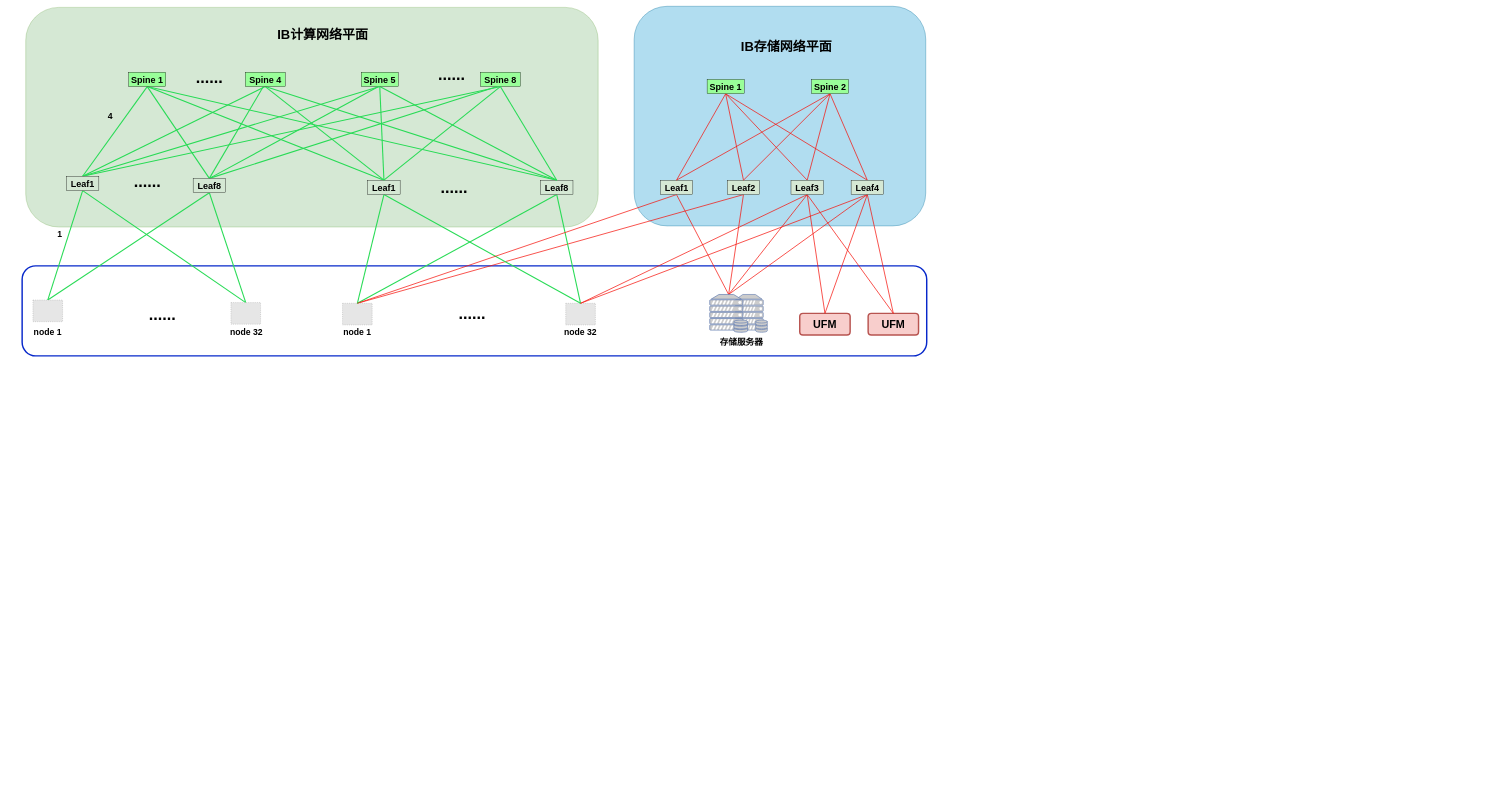
Above: 64-node-IB.drawio in hel-2000/network-draw (draw.io), before the change. Source tidied: cells renumbered, new cells numbered last; positions are measured from the earlier drawing's top-left corner, leaving out a move shared by most shapes. Both pictures are drawn from the tidied source at 36%, with x=0, y=0 at pixel (22, 6). Pictures stored in the file or linked from it are replaced by grey dashed boxes.
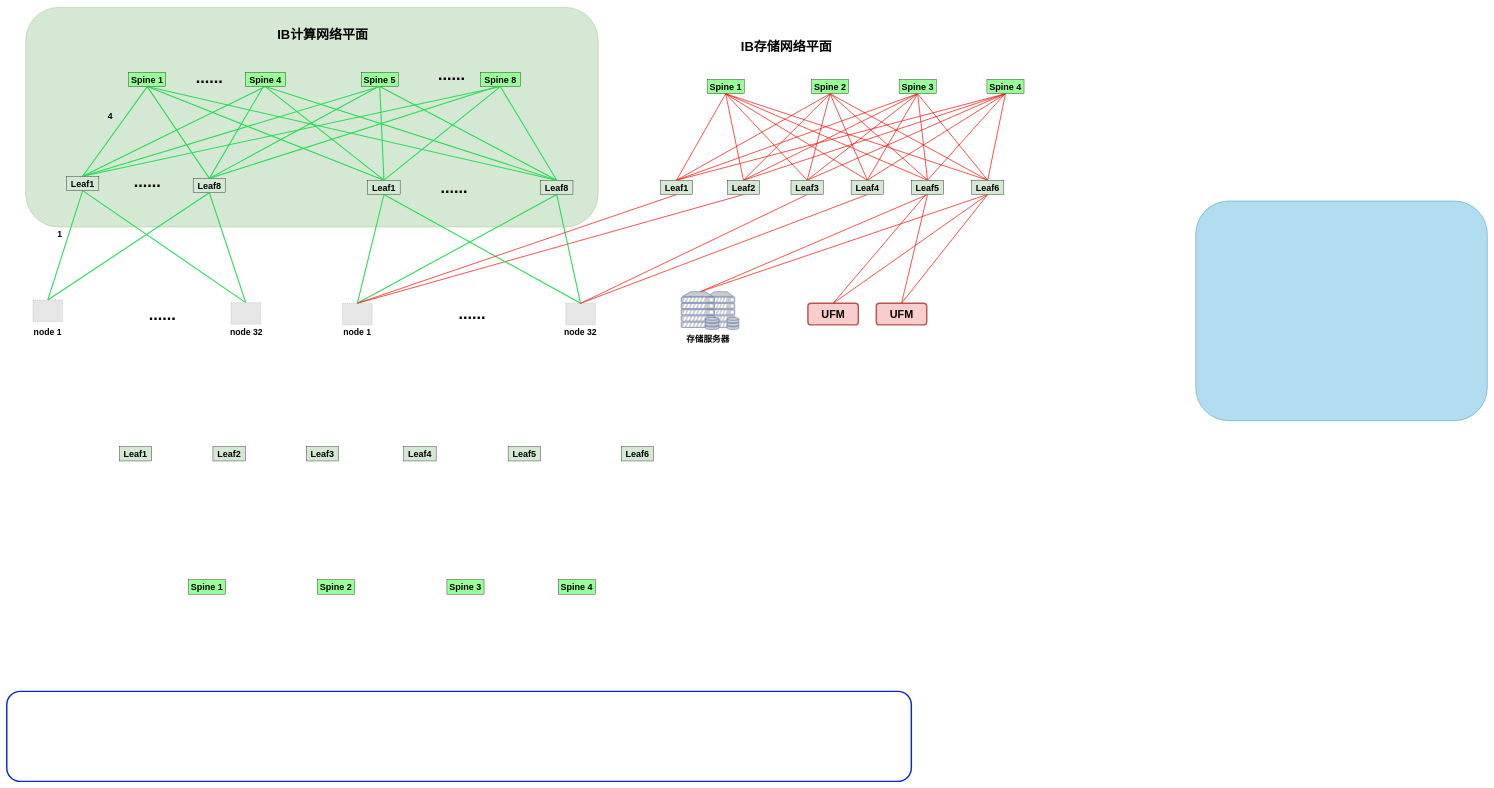
After the change.

The change refers to these unchanged cells:
```xml
<mxCell id="36" value="&lt;b&gt;&lt;font style=&quot;font-size: 25px;&quot;&gt;Leaf1&lt;/font&gt;&lt;/b&gt;" style="rounded=0;whiteSpace=wrap;html=1;fillColor=#D5E8D4;" parent="1" vertex="1">
  <mxGeometry x="1772.7" y="483" width="90" height="40" as="geometry" />
</mxCell>
<mxCell id="40" value="&lt;b&gt;&lt;font style=&quot;font-size: 25px;&quot;&gt;Leaf2&lt;/font&gt;&lt;/b&gt;" style="rounded=0;whiteSpace=wrap;html=1;fillColor=#D5E8D4;" parent="1" vertex="1">
  <mxGeometry x="1958.7" y="483" width="90" height="40" as="geometry" />
</mxCell>
<mxCell id="43" value="&lt;b&gt;&lt;font style=&quot;font-size: 25px;&quot;&gt;Spine 1&lt;/font&gt;&lt;/b&gt;" style="rounded=0;whiteSpace=wrap;html=1;fillColor=#99FF99;" parent="1" vertex="1">
  <mxGeometry x="1902.7" y="203" width="103" height="40" as="geometry" />
</mxCell>
<mxCell id="48" value="&lt;b&gt;&lt;font style=&quot;font-size: 25px;&quot;&gt;Spine 2&lt;/font&gt;&lt;/b&gt;" style="rounded=0;whiteSpace=wrap;html=1;fillColor=#99FF99;" parent="1" vertex="1">
  <mxGeometry x="2192.7" y="203" width="103" height="40" as="geometry" />
</mxCell>
<mxCell id="51" value="&lt;b&gt;&lt;font style=&quot;font-size: 25px;&quot;&gt;Leaf3&lt;/font&gt;&lt;/b&gt;" style="rounded=0;whiteSpace=wrap;html=1;fillColor=#D5E8D4;" parent="1" vertex="1">
  <mxGeometry x="2135.7" y="483" width="90" height="40" as="geometry" />
</mxCell>
<mxCell id="56" value="&lt;b&gt;&lt;font style=&quot;font-size: 25px;&quot;&gt;Leaf4&lt;/font&gt;&lt;/b&gt;" style="rounded=0;whiteSpace=wrap;html=1;fillColor=#D5E8D4;" parent="1" vertex="1">
  <mxGeometry x="2302.7" y="483" width="90" height="40" as="geometry" />
</mxCell>
```

Diff of the diagram source:
```diff
@@
     <mxCell id="2" style="rounded=1;whiteSpace=wrap;html=1;strokeColor=#0728ca;strokeWidth=4;" parent="1" vertex="1">
-      <mxGeometry y="721" width="2512.7" height="250" as="geometry" />
+      <mxGeometry x="-42.7" y="1903" width="2512.7" height="250" as="geometry" />
     </mxCell>
     <mxCell id="3" style="rounded=1;whiteSpace=wrap;html=1;fillColor=#b1ddf0;strokeColor=#10739e;" parent="1" vertex="1">
-      <mxGeometry x="1700" width="810" height="610" as="geometry" />
+      <mxGeometry x="3260" y="541" width="810" height="610" as="geometry" />
     </mxCell>
     <mxCell id="4" value="&lt;font style=&quot;font-size: 30px;&quot;&gt;&lt;b&gt;UFM&lt;/b&gt;&lt;/font&gt;" style="rounded=1;whiteSpace=wrap;html=1;strokeColor=#b85450;strokeWidth=4;fillColor=#f8cecc;" parent="1" vertex="1">
-      <mxGeometry x="2350" y="853" width="140" height="60" as="geometry" />
+      <mxGeometry x="2372.7" y="825" width="140" height="60" as="geometry" />
     </mxCell>
@@
-    <mxCell id="27" style="rounded=0;jettySize=auto;html=1;exitX=0.5;exitY=0;exitDx=0;exitDy=0;entryX=0.5;entryY=1;entryDx=0;entryDy=0;endArrow=none;strokeColor=#f5120a;fillColor=#f8cecc;strokeWidth=2;endFill=0;" parent="1" edge="1" source="28" target="51">
-      <mxGeometry relative="1" as="geometry" />
+    <mxCell id="27" style="rounded=0;jettySize=auto;html=1;exitX=0.5;exitY=0;exitDx=0;exitDy=0;endArrow=none;strokeColor=#f5120a;fillColor=#f8cecc;strokeWidth=2;endFill=0;" parent="1" edge="1" source="28">
+      <mxGeometry relative="1" as="geometry">
+        <mxPoint x="2510" y="523" as="targetPoint" />
+      </mxGeometry>
     </mxCell>
     <mxCell id="28" value="&lt;font style=&quot;font-size: 30px;&quot;&gt;&lt;b&gt;UFM&lt;/b&gt;&lt;/font&gt;" style="rounded=1;whiteSpace=wrap;html=1;strokeColor=#b85450;strokeWidth=4;fillColor=#f8cecc;" parent="1" vertex="1">
-      <mxGeometry x="2160" y="853" width="140" height="60" as="geometry" />
+      <mxGeometry x="2182.7" y="825" width="140" height="60" as="geometry" />
     </mxCell>
@@
+    <mxCell id="87" style="rounded=0;jettySize=auto;html=1;exitX=0.5;exitY=0;exitDx=0;exitDy=0;entryX=0.5;entryY=1;entryDx=0;entryDy=0;endArrow=none;strokeColor=#f5120a;fillColor=#f8cecc;strokeWidth=2;endFill=0;" parent="1" edge="1" source="36" target="105">
+      <mxGeometry relative="1" as="geometry" />
+    </mxCell>
+    <mxCell id="88" style="rounded=0;jettySize=auto;html=1;exitX=0.5;exitY=0;exitDx=0;exitDy=0;entryX=0.5;entryY=1;entryDx=0;entryDy=0;endArrow=none;strokeColor=#f5120a;fillColor=#f8cecc;strokeWidth=2;endFill=0;" parent="1" edge="1" source="36" target="106">
+      <mxGeometry relative="1" as="geometry" />
+    </mxCell>
@@
-    <mxCell id="38" style="rounded=0;jettySize=auto;html=1;exitX=0.5;exitY=1;exitDx=0;exitDy=0;endArrow=none;strokeColor=#f5120a;fillColor=#f8cecc;strokeWidth=2;endFill=0;entryX=0.5;entryY=0;entryDx=0;entryDy=0;entryPerimeter=0;" parent="1" edge="1" source="40" target="59">
-      <mxGeometry relative="1" as="geometry" />
-    </mxCell>
@@
+    <mxCell id="89" style="rounded=0;jettySize=auto;html=1;exitX=0.5;exitY=0;exitDx=0;exitDy=0;entryX=0.5;entryY=1;entryDx=0;entryDy=0;endArrow=none;strokeColor=#f5120a;fillColor=#f8cecc;strokeWidth=2;endFill=0;" parent="1" edge="1" source="40" target="105">
+      <mxGeometry relative="1" as="geometry" />
+    </mxCell>
+    <mxCell id="90" style="rounded=0;jettySize=auto;html=1;exitX=0.5;exitY=0;exitDx=0;exitDy=0;entryX=0.5;entryY=1;entryDx=0;entryDy=0;endArrow=none;strokeColor=#f5120a;fillColor=#f8cecc;strokeWidth=2;endFill=0;" parent="1" edge="1" source="40" target="106">
+      <mxGeometry relative="1" as="geometry" />
+    </mxCell>
@@
-    <mxCell id="44" style="rounded=0;jettySize=auto;html=1;exitX=0.5;exitY=1;exitDx=0;exitDy=0;endArrow=none;strokeColor=#f5120a;fillColor=#f8cecc;strokeWidth=2;endFill=0;entryX=0.5;entryY=0;entryDx=0;entryDy=0;" parent="1" edge="1" source="48" target="36">
-      <mxGeometry relative="1" as="geometry" />
+    <mxCell id="44" style="rounded=0;jettySize=auto;html=1;exitX=0.5;exitY=1;exitDx=0;exitDy=0;endArrow=none;strokeColor=#f5120a;fillColor=#f8cecc;strokeWidth=2;endFill=0;" parent="1" edge="1" source="48">
+      <mxGeometry relative="1" as="geometry">
+        <mxPoint x="1818" y="483" as="targetPoint" />
+      </mxGeometry>
     </mxCell>
@@
-    <mxCell id="49" style="rounded=0;jettySize=auto;html=1;exitX=0.5;exitY=1;exitDx=0;exitDy=0;endArrow=none;strokeColor=#f5120a;fillColor=#f8cecc;strokeWidth=2;endFill=0;entryX=0.5;entryY=0;entryDx=0;entryDy=0;entryPerimeter=0;" parent="1" edge="1" source="51" target="59">
+    <mxCell id="49" style="rounded=0;jettySize=auto;html=1;exitX=0.5;exitY=1;exitDx=0;exitDy=0;endArrow=none;strokeColor=#f5120a;fillColor=#f8cecc;strokeWidth=2;endFill=0;entryX=0.5;entryY=0;entryDx=0;entryDy=0;entryPerimeter=0;" parent="1" edge="1" source="99" target="59">
       <mxGeometry relative="1" as="geometry" />
     </mxCell>
-    <mxCell id="50" style="rounded=0;jettySize=auto;html=1;exitX=0.5;exitY=1;exitDx=0;exitDy=0;entryX=0.5;entryY=0;entryDx=0;entryDy=0;endArrow=none;strokeColor=#f5120a;fillColor=#f8cecc;strokeWidth=2;endFill=0;" parent="1" edge="1" source="51" target="4">
+    <mxCell id="50" style="rounded=0;jettySize=auto;html=1;exitX=0.5;exitY=1;exitDx=0;exitDy=0;entryX=0.5;entryY=0;entryDx=0;entryDy=0;endArrow=none;strokeColor=#f5120a;fillColor=#f8cecc;strokeWidth=2;endFill=0;" parent="1" edge="1" source="99" target="4">
       <mxGeometry relative="1" as="geometry" />
     </mxCell>
+    <mxCell id="91" style="rounded=0;jettySize=auto;html=1;exitX=0.5;exitY=0;exitDx=0;exitDy=0;entryX=0.5;entryY=1;entryDx=0;entryDy=0;endArrow=none;strokeColor=#f5120a;fillColor=#f8cecc;strokeWidth=2;endFill=0;" parent="1" edge="1" source="51" target="105">
+      <mxGeometry relative="1" as="geometry" />
+    </mxCell>
+    <mxCell id="92" style="rounded=0;jettySize=auto;html=1;exitX=0.5;exitY=0;exitDx=0;exitDy=0;endArrow=none;strokeColor=#f5120a;fillColor=#f8cecc;strokeWidth=2;endFill=0;" parent="1" edge="1" source="51">
+      <mxGeometry relative="1" as="geometry">
+        <mxPoint x="2730" y="243" as="targetPoint" />
+      </mxGeometry>
+    </mxCell>
@@
-    <mxCell id="53" style="rounded=0;jettySize=auto;html=1;exitX=0.5;exitY=1;exitDx=0;exitDy=0;endArrow=none;strokeColor=#f5120a;fillColor=#f8cecc;strokeWidth=2;endFill=0;entryX=0.5;entryY=0;entryDx=0;entryDy=0;entryPerimeter=0;" parent="1" edge="1" source="56" target="59">
-      <mxGeometry relative="1" as="geometry" />
+    <mxCell id="53" style="rounded=0;jettySize=auto;html=1;endArrow=none;strokeColor=#f5120a;fillColor=#f8cecc;strokeWidth=2;endFill=0;entryX=0.5;entryY=0;entryDx=0;entryDy=0;entryPerimeter=0;" parent="1" edge="1" target="59">
+      <mxGeometry relative="1" as="geometry">
+        <mxPoint x="2680" y="523" as="sourcePoint" />
+      </mxGeometry>
     </mxCell>
-    <mxCell id="54" style="rounded=0;jettySize=auto;html=1;exitX=0.5;exitY=1;exitDx=0;exitDy=0;entryX=0.5;entryY=0;entryDx=0;entryDy=0;endArrow=none;strokeColor=#f5120a;fillColor=#f8cecc;strokeWidth=2;endFill=0;" parent="1" edge="1" source="56" target="28">
+    <mxCell id="54" style="rounded=0;jettySize=auto;html=1;entryX=0.5;entryY=0;entryDx=0;entryDy=0;endArrow=none;strokeColor=#f5120a;fillColor=#f8cecc;strokeWidth=2;endFill=0;exitX=0.5;exitY=1;exitDx=0;exitDy=0;" parent="1" edge="1" source="104" target="28">
       <mxGeometry relative="1" as="geometry" />
     </mxCell>
-    <mxCell id="55" style="rounded=0;jettySize=auto;html=1;exitX=0.5;exitY=1;exitDx=0;exitDy=0;endArrow=none;strokeColor=#f5120a;fillColor=#f8cecc;strokeWidth=2;endFill=0;entryX=0.5;entryY=0;entryDx=0;entryDy=0;" parent="1" edge="1" source="56" target="4">
+    <mxCell id="55" style="rounded=0;jettySize=auto;html=1;exitX=0.5;exitY=1;exitDx=0;exitDy=0;endArrow=none;strokeColor=#f5120a;fillColor=#f8cecc;strokeWidth=2;endFill=0;entryX=0.5;entryY=0;entryDx=0;entryDy=0;" parent="1" edge="1" source="104" target="4">
       <mxGeometry relative="1" as="geometry" />
     </mxCell>
+    <mxCell id="93" style="rounded=0;jettySize=auto;html=1;exitX=0.5;exitY=0;exitDx=0;exitDy=0;entryX=0.5;entryY=1;entryDx=0;entryDy=0;endArrow=none;strokeColor=#f5120a;fillColor=#f8cecc;strokeWidth=2;endFill=0;" parent="1" edge="1" source="56" target="105">
+      <mxGeometry relative="1" as="geometry" />
+    </mxCell>
+    <mxCell id="94" style="rounded=0;jettySize=auto;html=1;exitX=0.5;exitY=0;exitDx=0;exitDy=0;entryX=0.5;entryY=1;entryDx=0;entryDy=0;endArrow=none;strokeColor=#f5120a;fillColor=#f8cecc;strokeWidth=2;endFill=0;" parent="1" edge="1" source="56" target="106">
+      <mxGeometry relative="1" as="geometry" />
+    </mxCell>
@@
     <mxCell id="57" style="fontColor=#0066CC;verticalAlign=top;verticalLabelPosition=bottom;labelPosition=center;align=center;html=1;fillColor=#CCCCCC;strokeColor=#6881B3;gradientColor=none;gradientDirection=north;strokeWidth=2;shape=mxgraph.networks.server_storage;" parent="1" vertex="1">
-      <mxGeometry x="1980" y="800.5" width="90" height="105" as="geometry" />
+      <mxGeometry x="1900.8" y="793" width="90" height="105" as="geometry" />
     </mxCell>
-    <mxCell id="58" style="rounded=0;jettySize=auto;html=1;exitX=0.5;exitY=0;exitDx=0;exitDy=0;exitPerimeter=0;entryX=0.5;entryY=1;entryDx=0;entryDy=0;endArrow=none;strokeColor=#f5120a;fillColor=#f8cecc;strokeWidth=2;endFill=0;" parent="1" edge="1" source="59" target="36">
-      <mxGeometry relative="1" as="geometry" />
-    </mxCell>
     <mxCell id="59" style="fontColor=#0066CC;verticalAlign=top;verticalLabelPosition=bottom;labelPosition=center;align=center;html=1;outlineConnect=0;fillColor=#CCCCCC;strokeColor=#6881B3;gradientColor=none;gradientDirection=north;strokeWidth=2;shape=mxgraph.networks.server_storage;" parent="1" vertex="1">
-      <mxGeometry x="1910" y="800.5" width="105" height="105" as="geometry" />
+      <mxGeometry x="1830.8" y="793" width="105" height="105" as="geometry" />
     </mxCell>
@@
     <mxCell id="61" value="&lt;font style=&quot;font-size: 24px;&quot;&gt;&lt;b&gt;存储服务器&lt;/b&gt;&lt;/font&gt;" style="text;strokeColor=none;align=center;fillColor=none;html=1;verticalAlign=middle;whiteSpace=wrap;rounded=0;" parent="1" vertex="1">
-      <mxGeometry x="1913" y="913" width="170" height="40" as="geometry" />
+      <mxGeometry x="1820" y="905.5" width="170" height="40" as="geometry" />
     </mxCell>
@@
+    <mxCell id="95" style="rounded=0;jettySize=auto;html=1;exitX=0.5;exitY=0;exitDx=0;exitDy=0;entryX=0.5;entryY=1;entryDx=0;entryDy=0;endArrow=none;strokeColor=#f5120a;fillColor=#f8cecc;strokeWidth=2;endFill=0;" parent="1" edge="1" source="99" target="105">
+      <mxGeometry relative="1" as="geometry" />
+    </mxCell>
+    <mxCell id="96" style="rounded=0;jettySize=auto;html=1;exitX=0.5;exitY=0;exitDx=0;exitDy=0;endArrow=none;strokeColor=#f5120a;fillColor=#f8cecc;strokeWidth=2;endFill=0;" parent="1" edge="1" source="99">
+      <mxGeometry relative="1" as="geometry">
+        <mxPoint x="2730" y="243" as="targetPoint" />
+      </mxGeometry>
+    </mxCell>
+    <mxCell id="97" style="rounded=0;jettySize=auto;html=1;exitX=0.5;exitY=0;exitDx=0;exitDy=0;entryX=0.5;entryY=1;entryDx=0;entryDy=0;endArrow=none;strokeColor=#f5120a;fillColor=#f8cecc;strokeWidth=2;endFill=0;" parent="1" edge="1" source="99" target="48">
+      <mxGeometry relative="1" as="geometry" />
+    </mxCell>
+    <mxCell id="98" style="rounded=0;jettySize=auto;html=1;exitX=0.5;exitY=0;exitDx=0;exitDy=0;entryX=0.5;entryY=1;entryDx=0;entryDy=0;endArrow=none;strokeColor=#f5120a;fillColor=#f8cecc;strokeWidth=2;endFill=0;" parent="1" edge="1" source="99" target="43">
+      <mxGeometry relative="1" as="geometry" />
+    </mxCell>
+    <mxCell id="99" value="&lt;b&gt;&lt;font style=&quot;font-size: 25px;&quot;&gt;Leaf5&lt;/font&gt;&lt;/b&gt;" style="rounded=0;whiteSpace=wrap;html=1;fillColor=#D5E8D4;" parent="1" vertex="1">
+      <mxGeometry x="2470" y="483" width="90" height="40" as="geometry" />
+    </mxCell>
+    <mxCell id="100" style="rounded=0;jettySize=auto;html=1;exitX=0.5;exitY=0;exitDx=0;exitDy=0;entryX=0.5;entryY=1;entryDx=0;entryDy=0;endArrow=none;strokeColor=#f5120a;fillColor=#f8cecc;strokeWidth=2;endFill=0;" parent="1" edge="1" source="104" target="106">
+      <mxGeometry relative="1" as="geometry" />
+    </mxCell>
+    <mxCell id="101" style="rounded=0;jettySize=auto;html=1;exitX=0.5;exitY=0;exitDx=0;exitDy=0;entryX=0.5;entryY=1;entryDx=0;entryDy=0;endArrow=none;strokeColor=#f5120a;fillColor=#f8cecc;strokeWidth=2;endFill=0;" parent="1" edge="1" source="104" target="105">
+      <mxGeometry relative="1" as="geometry" />
+    </mxCell>
+    <mxCell id="102" style="rounded=0;jettySize=auto;html=1;exitX=0.5;exitY=0;exitDx=0;exitDy=0;entryX=0.5;entryY=1;entryDx=0;entryDy=0;endArrow=none;strokeColor=#f5120a;fillColor=#f8cecc;strokeWidth=2;endFill=0;" parent="1" edge="1" source="104" target="48">
+      <mxGeometry relative="1" as="geometry" />
+    </mxCell>
+    <mxCell id="103" style="rounded=0;jettySize=auto;html=1;exitX=0.5;exitY=0;exitDx=0;exitDy=0;entryX=0.5;entryY=1;entryDx=0;entryDy=0;endArrow=none;strokeColor=#f5120a;fillColor=#f8cecc;strokeWidth=2;endFill=0;" parent="1" edge="1" source="104" target="43">
+      <mxGeometry relative="1" as="geometry" />
+    </mxCell>
+    <mxCell id="104" value="&lt;b&gt;&lt;font style=&quot;font-size: 25px;&quot;&gt;Leaf6&lt;/font&gt;&lt;/b&gt;" style="rounded=0;whiteSpace=wrap;html=1;fillColor=#D5E8D4;" parent="1" vertex="1">
+      <mxGeometry x="2637" y="483" width="90" height="40" as="geometry" />
+    </mxCell>
+    <mxCell id="105" value="&lt;b&gt;&lt;font style=&quot;font-size: 25px;&quot;&gt;Spine 3&lt;/font&gt;&lt;/b&gt;" style="rounded=0;whiteSpace=wrap;html=1;fillColor=#99FF99;" parent="1" vertex="1">
+      <mxGeometry x="2436" y="203" width="103" height="40" as="geometry" />
+    </mxCell>
+    <mxCell id="106" value="&lt;b&gt;&lt;font style=&quot;font-size: 25px;&quot;&gt;Spine 4&lt;/font&gt;&lt;/b&gt;" style="rounded=0;whiteSpace=wrap;html=1;fillColor=#99FF99;" parent="1" vertex="1">
+      <mxGeometry x="2680" y="203" width="103" height="40" as="geometry" />
+    </mxCell>
+    <mxCell id="107" value="&lt;b&gt;&lt;font style=&quot;font-size: 25px;&quot;&gt;Leaf1&lt;/font&gt;&lt;/b&gt;" style="rounded=0;whiteSpace=wrap;html=1;fillColor=#D5E8D4;" parent="1" vertex="1">
+      <mxGeometry x="270" y="1223" width="90" height="40" as="geometry" />
+    </mxCell>
+    <mxCell id="108" value="&lt;b&gt;&lt;font style=&quot;font-size: 25px;&quot;&gt;Leaf2&lt;/font&gt;&lt;/b&gt;" style="rounded=0;whiteSpace=wrap;html=1;fillColor=#D5E8D4;" parent="1" vertex="1">
+      <mxGeometry x="530" y="1223" width="90" height="40" as="geometry" />
+    </mxCell>
+    <mxCell id="109" value="&lt;b&gt;&lt;font style=&quot;font-size: 25px;&quot;&gt;Leaf3&lt;/font&gt;&lt;/b&gt;" style="rounded=0;whiteSpace=wrap;html=1;fillColor=#D5E8D4;" parent="1" vertex="1">
+      <mxGeometry x="789.3" y="1223" width="90" height="40" as="geometry" />
+    </mxCell>
+    <mxCell id="110" value="&lt;b&gt;&lt;font style=&quot;font-size: 25px;&quot;&gt;Leaf4&lt;/font&gt;&lt;/b&gt;" style="rounded=0;whiteSpace=wrap;html=1;fillColor=#D5E8D4;" parent="1" vertex="1">
+      <mxGeometry x="1060" y="1223" width="90" height="40" as="geometry" />
+    </mxCell>
+    <mxCell id="111" value="&lt;b&gt;&lt;font style=&quot;font-size: 25px;&quot;&gt;Leaf5&lt;/font&gt;&lt;/b&gt;" style="rounded=0;whiteSpace=wrap;html=1;fillColor=#D5E8D4;" parent="1" vertex="1">
+      <mxGeometry x="1349.9" y="1223" width="90" height="40" as="geometry" />
+    </mxCell>
+    <mxCell id="112" value="&lt;b&gt;&lt;font style=&quot;font-size: 25px;&quot;&gt;Leaf6&lt;/font&gt;&lt;/b&gt;" style="rounded=0;whiteSpace=wrap;html=1;fillColor=#D5E8D4;" parent="1" vertex="1">
+      <mxGeometry x="1664" y="1223" width="90" height="40" as="geometry" />
+    </mxCell>
+    <mxCell id="113" value="&lt;b&gt;&lt;font style=&quot;font-size: 25px;&quot;&gt;Spine 1&lt;/font&gt;&lt;/b&gt;" style="rounded=0;whiteSpace=wrap;html=1;fillColor=#99FF99;" parent="1" vertex="1">
+      <mxGeometry x="462" y="1593" width="103" height="40" as="geometry" />
+    </mxCell>
+    <mxCell id="114" value="&lt;b&gt;&lt;font style=&quot;font-size: 25px;&quot;&gt;Spine 2&lt;/font&gt;&lt;/b&gt;" style="rounded=0;whiteSpace=wrap;html=1;fillColor=#99FF99;" parent="1" vertex="1">
+      <mxGeometry x="820" y="1593" width="103" height="40" as="geometry" />
+    </mxCell>
+    <mxCell id="115" value="&lt;b&gt;&lt;font style=&quot;font-size: 25px;&quot;&gt;Spine 3&lt;/font&gt;&lt;/b&gt;" style="rounded=0;whiteSpace=wrap;html=1;fillColor=#99FF99;" parent="1" vertex="1">
+      <mxGeometry x="1180" y="1593" width="103" height="40" as="geometry" />
+    </mxCell>
+    <mxCell id="116" value="&lt;b&gt;&lt;font style=&quot;font-size: 25px;&quot;&gt;Spine 4&lt;/font&gt;&lt;/b&gt;" style="rounded=0;whiteSpace=wrap;html=1;fillColor=#99FF99;" parent="1" vertex="1">
+      <mxGeometry x="1489.4" y="1593" width="103" height="40" as="geometry" />
+    </mxCell>
```
